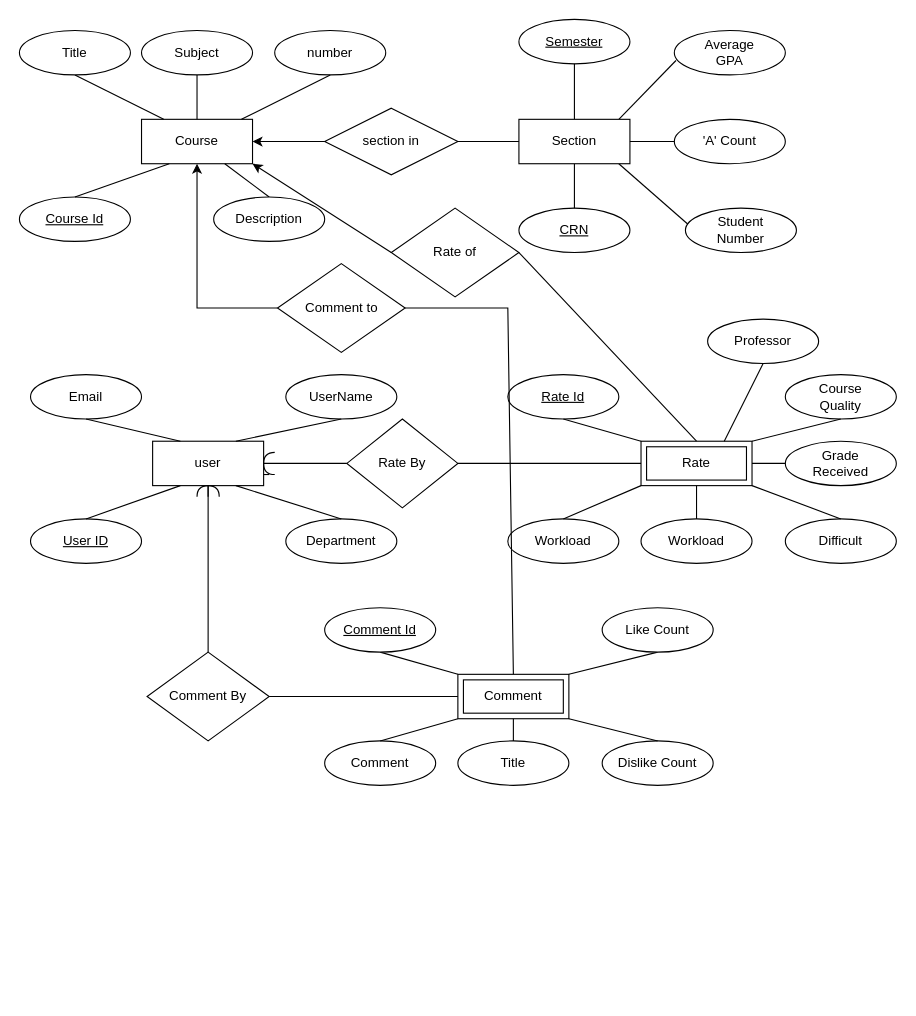
This is project.drawio from houzey2/cs-411-drawing, a draw.io file, before an edit. Source tidied: cells renumbered, new cells numbered last; positions are measured from the earlier drawing's top-left corner, leaving out a move shared by most shapes. Both pictures are drawn from the tidied source at 111%, with x=0, y=0 at pixel (19, 19).
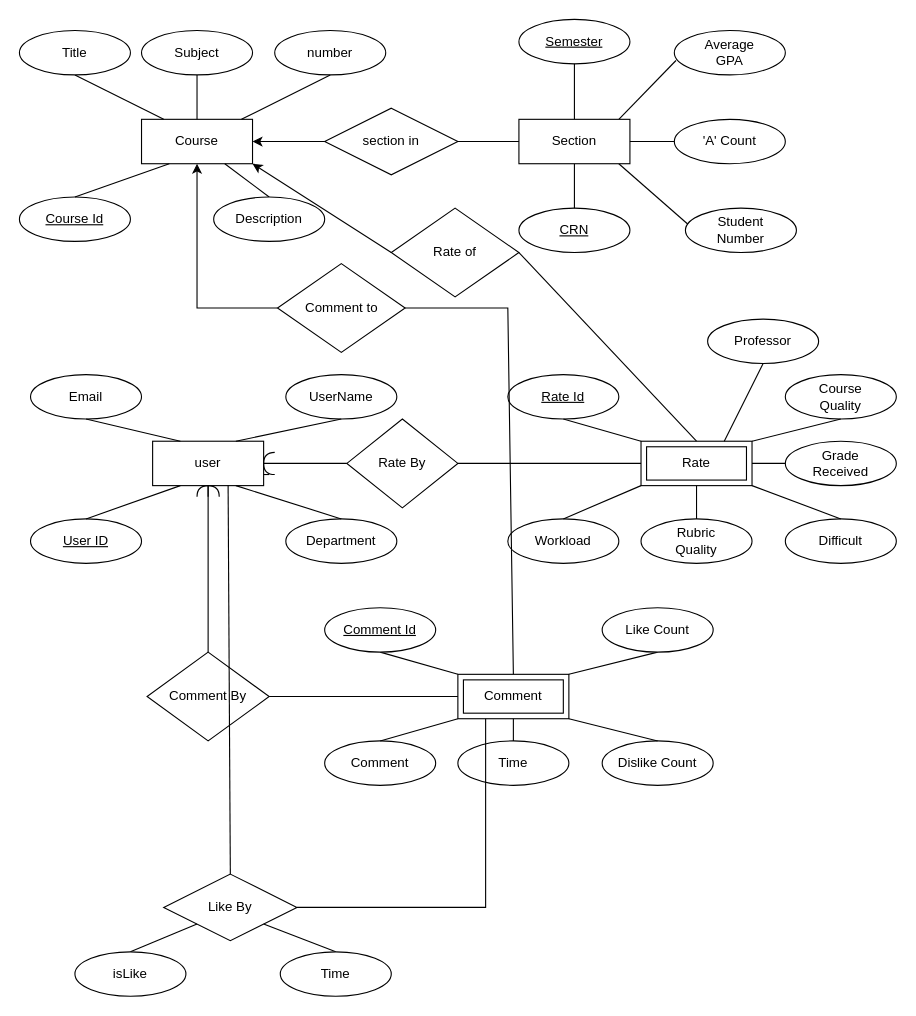
Above is the later version.

Unchanged cells that the change refers to:
```xml
<mxCell id="3" value="user" style="whiteSpace=wrap;html=1;align=center;" parent="1" vertex="1">
  <mxGeometry x="120" y="380" width="100" height="40" as="geometry" />
</mxCell>
<mxCell id="45" value="Comment" style="shape=ext;margin=3;double=1;whiteSpace=wrap;html=1;align=center;" parent="1" vertex="1">
  <mxGeometry x="395" y="590" width="100" height="40" as="geometry" />
</mxCell>
```

Diff of the diagram source:
```diff
@@
-    <mxCell id="34" value="Workload" style="ellipse;whiteSpace=wrap;html=1;align=center;" parent="1" vertex="1">
+    <mxCell id="34" value="Rubric &lt;br&gt;Quality" style="ellipse;whiteSpace=wrap;html=1;align=center;" parent="1" vertex="1">
       <mxGeometry x="560" y="450" width="100" height="40" as="geometry" />
     </mxCell>
@@
-    <mxCell id="56" style="endArrow=none;html=1;rounded=0;exitX=0.5;exitY=1;exitDx=0;exitDy=0;entryX=0.5;entryY=0;entryDx=0;entryDy=0;" parent="1" edge="1" source="45" target="57">
-      <mxGeometry relative="1" as="geometry" />
+    <mxCell id="56" style="endArrow=none;html=1;rounded=0;exitX=0.5;exitY=1;exitDx=0;exitDy=0;entryX=0.5;entryY=0;entryDx=0;entryDy=0;" parent="1" edge="1" source="45">
+      <mxGeometry relative="1" as="geometry">
+        <mxPoint x="445" y="650" as="targetPoint" />
+      </mxGeometry>
     </mxCell>
-    <mxCell id="57" value="Title" style="ellipse;whiteSpace=wrap;html=1;align=center;" parent="1" vertex="1">
-      <mxGeometry x="395" y="650" width="100" height="40" as="geometry" />
-    </mxCell>
@@
+    <mxCell id="78" value="Time" style="ellipse;whiteSpace=wrap;html=1;align=center;" parent="1" vertex="1">
+      <mxGeometry x="395" y="650" width="100" height="40" as="geometry" />
+    </mxCell>
+    <mxCell id="79" value="Like By" style="shape=rhombus;perimeter=rhombusPerimeter;whiteSpace=wrap;html=1;align=center;" parent="1" vertex="1">
+      <mxGeometry x="130" y="770" width="120" height="60" as="geometry" />
+    </mxCell>
+    <mxCell id="80" style="endArrow=none;html=1;rounded=0;exitX=0.5;exitY=0;exitDx=0;exitDy=0;entryX=0.68;entryY=0.99;entryDx=0;entryDy=0;entryPerimeter=0;" parent="1" edge="1" source="79" target="3">
+      <mxGeometry relative="1" as="geometry" />
+    </mxCell>
+    <mxCell id="81" style="endArrow=none;html=1;rounded=0;exitX=1;exitY=0.5;exitDx=0;exitDy=0;entryX=0.25;entryY=1;entryDx=0;entryDy=0;" parent="1" edge="1" source="79" target="45">
+      <mxGeometry relative="1" as="geometry">
+        <Array as="points">
+          <mxPoint x="420" y="800" />
+        </Array>
+      </mxGeometry>
+    </mxCell>
+    <mxCell id="82" style="endArrow=none;html=1;rounded=0;exitX=0;exitY=1;exitDx=0;exitDy=0;entryX=0.5;entryY=0;entryDx=0;entryDy=0;" parent="1" edge="1" source="79" target="83">
+      <mxGeometry relative="1" as="geometry" />
+    </mxCell>
+    <mxCell id="83" value="isLike" style="ellipse;whiteSpace=wrap;html=1;align=center;" parent="1" vertex="1">
+      <mxGeometry x="50" y="840" width="100" height="40" as="geometry" />
+    </mxCell>
+    <mxCell id="84" style="endArrow=none;html=1;rounded=0;exitX=1;exitY=1;exitDx=0;exitDy=0;entryX=0.5;entryY=0;entryDx=0;entryDy=0;" parent="1" edge="1" source="79" target="85">
+      <mxGeometry relative="1" as="geometry" />
+    </mxCell>
+    <mxCell id="85" value="Time" style="ellipse;whiteSpace=wrap;html=1;align=center;" parent="1" vertex="1">
+      <mxGeometry x="235" y="840" width="100" height="40" as="geometry" />
+    </mxCell>
```
